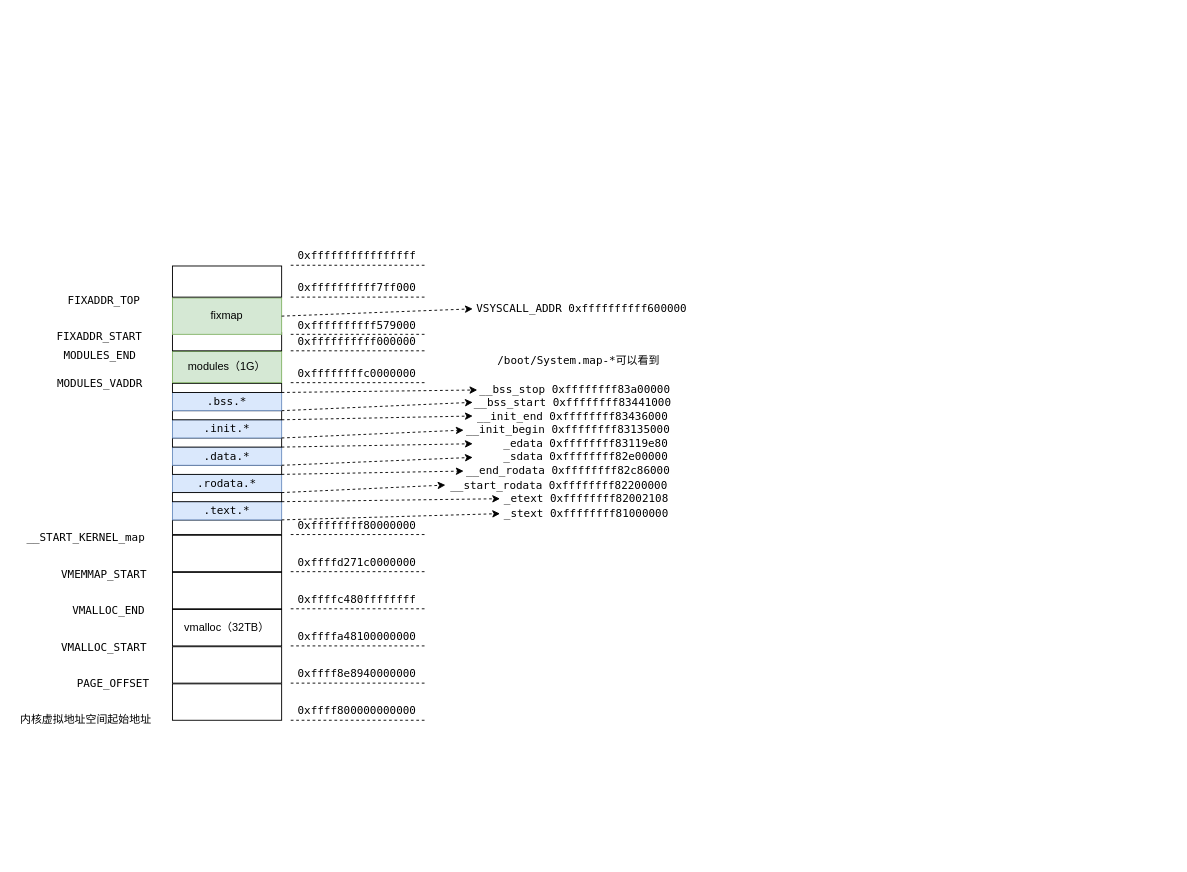
Earlier version of the draw.io diagram mm.drawio (Richard-Joe/draw-io). Source tidied: cells renumbered, new cells numbered last; positions are measured from the earlier drawing's top-left corner, leaving out a move shared by most shapes. Both pictures are drawn from the tidied source at 91%, with x=0, y=0 at pixel (17, 247).
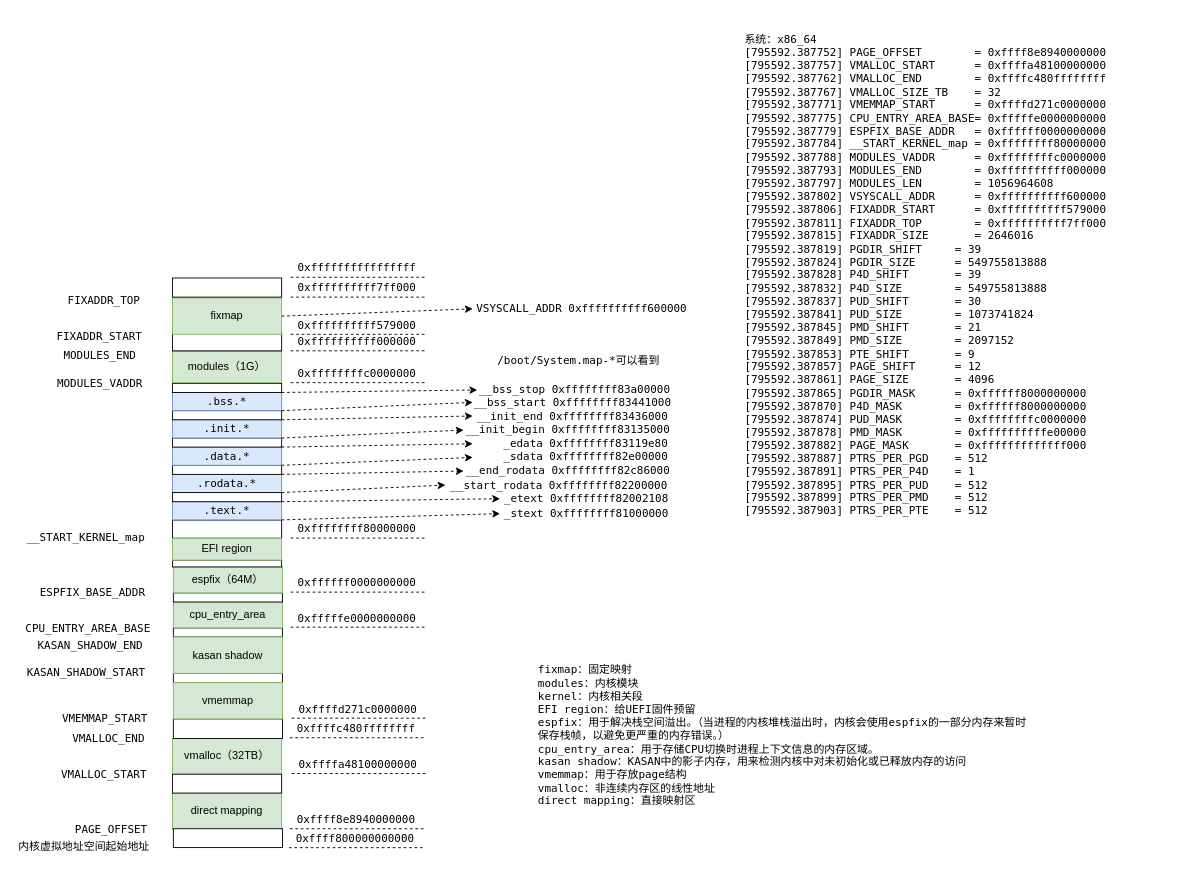
The same page after the edit.

Change to the diagram source:
```diff
@@
-    <mxCell id="2" style="rounded=0;whiteSpace=wrap;html=1;" parent="1" vertex="1">
-      <mxGeometry x="170" y="480" width="120" height="40" as="geometry" />
+    <mxCell id="2" value="direct mapping" style="rounded=0;whiteSpace=wrap;html=1;fillColor=#d5e8d4;strokeColor=#82b366;" parent="1" vertex="1">
+      <mxGeometry x="170" y="600" width="120" height="40" as="geometry" />
     </mxCell>
     <mxCell id="3" style="endArrow=none;dashed=1;html=1;rounded=0;" parent="1" edge="1">
       <mxGeometry relative="1" as="geometry">
-        <mxPoint x="300" y="520" as="sourcePoint" />
-        <mxPoint x="450" y="520" as="targetPoint" />
+        <mxPoint x="298" y="660" as="sourcePoint" />
+        <mxPoint x="448" y="660" as="targetPoint" />
       </mxGeometry>
     </mxCell>
     <mxCell id="4" value="0xffff800000000000" style="text;html=1;strokeColor=none;fillColor=none;align=center;verticalAlign=middle;whiteSpace=wrap;rounded=0;fontFamily=Lucida Console;" parent="1" vertex="1">
-      <mxGeometry x="300" y="500" width="146" height="20" as="geometry" />
+      <mxGeometry x="298" y="640" width="146" height="20" as="geometry" />
     </mxCell>
     <mxCell id="5" style="rounded=0;whiteSpace=wrap;html=1;" parent="1" vertex="1">
-      <mxGeometry x="170" y="439.2" width="120" height="40" as="geometry" />
+      <mxGeometry x="170" y="579.3" width="120" height="20.7" as="geometry" />
     </mxCell>
     <mxCell id="6" style="endArrow=none;dashed=1;html=1;rounded=0;" parent="1" edge="1">
       <mxGeometry relative="1" as="geometry">
-        <mxPoint x="300" y="479.2" as="sourcePoint" />
-        <mxPoint x="450" y="479.2" as="targetPoint" />
+        <mxPoint x="299" y="639.2" as="sourcePoint" />
+        <mxPoint x="449" y="639.2" as="targetPoint" />
       </mxGeometry>
     </mxCell>
     <mxCell id="7" value="0xffff8e8940000000" style="text;html=1;strokeColor=none;fillColor=none;align=center;verticalAlign=middle;whiteSpace=wrap;rounded=0;fontFamily=Lucida Console;" parent="1" vertex="1">
-      <mxGeometry x="300" y="459.2" width="146" height="20" as="geometry" />
+      <mxGeometry x="299" y="619.2" width="146" height="20" as="geometry" />
     </mxCell>
     <mxCell id="8" value="PAGE_OFFSET" style="text;html=1;strokeColor=none;fillColor=none;align=center;verticalAlign=middle;whiteSpace=wrap;rounded=0;fontFamily=Lucida Console;" parent="1" vertex="1">
-      <mxGeometry x="60" y="470" width="90" height="19.2" as="geometry" />
+      <mxGeometry x="57.5" y="630" width="90" height="19.2" as="geometry" />
     </mxCell>
     <mxCell id="9" value="内核虚拟地址空间起始地址" style="text;html=1;strokeColor=none;fillColor=none;align=center;verticalAlign=middle;whiteSpace=wrap;rounded=0;fontFamily=Lucida Console;" parent="1" vertex="1">
-      <mxGeometry y="510" width="150" height="20" as="geometry" />
+      <mxGeometry x="-2.5" y="649.2" width="150" height="20" as="geometry" />
     </mxCell>
-    <mxCell id="10" value="vmalloc（32TB）" style="rounded=0;whiteSpace=wrap;html=1;" parent="1" vertex="1">
-      <mxGeometry x="170" y="398.3" width="120" height="40" as="geometry" />
+    <mxCell id="10" value="vmalloc（32TB）" style="rounded=0;whiteSpace=wrap;html=1;fillColor=#d5e8d4;strokeColor=#82b366;" parent="1" vertex="1">
+      <mxGeometry x="170" y="540" width="120" height="38.5" as="geometry" />
     </mxCell>
     <mxCell id="11" style="endArrow=none;dashed=1;html=1;rounded=0;" parent="1" edge="1">
       <mxGeometry relative="1" as="geometry">
-        <mxPoint x="300" y="438.3" as="sourcePoint" />
-        <mxPoint x="450" y="438.3" as="targetPoint" />
+        <mxPoint x="301" y="578.5" as="sourcePoint" />
+        <mxPoint x="451" y="578.5" as="targetPoint" />
       </mxGeometry>
     </mxCell>
     <mxCell id="12" value="0xffffa48100000000" style="text;html=1;strokeColor=none;fillColor=none;align=center;verticalAlign=middle;whiteSpace=wrap;rounded=0;fontFamily=Lucida Console;" parent="1" vertex="1">
-      <mxGeometry x="300" y="418.3" width="146" height="20" as="geometry" />
+      <mxGeometry x="301" y="558.5" width="146" height="20" as="geometry" />
     </mxCell>
     <mxCell id="13" value="VMALLOC_START" style="text;html=1;strokeColor=none;fillColor=none;align=center;verticalAlign=middle;whiteSpace=wrap;rounded=0;fontFamily=Lucida Console;" parent="1" vertex="1">
-      <mxGeometry x="50" y="430" width="90" height="19.2" as="geometry" />
+      <mxGeometry x="50" y="570.8" width="90" height="19.2" as="geometry" />
     </mxCell>
     <mxCell id="14" value="VMALLOC_END" style="text;html=1;strokeColor=none;fillColor=none;align=center;verticalAlign=middle;whiteSpace=wrap;rounded=0;fontFamily=Lucida Console;" parent="1" vertex="1">
-      <mxGeometry x="60" y="390" width="80" height="19.2" as="geometry" />
+      <mxGeometry x="60" y="530" width="80" height="19.2" as="geometry" />
     </mxCell>
-    <mxCell id="15" style="rounded=0;whiteSpace=wrap;html=1;" parent="1" vertex="1">
-      <mxGeometry x="170" y="357.5" width="120" height="40" as="geometry" />
-    </mxCell>
     <mxCell id="16" style="endArrow=none;dashed=1;html=1;rounded=0;" parent="1" edge="1">
       <mxGeometry relative="1" as="geometry">
-        <mxPoint x="300" y="397.5" as="sourcePoint" />
-        <mxPoint x="450" y="397.5" as="targetPoint" />
+        <mxPoint x="299" y="539.2" as="sourcePoint" />
+        <mxPoint x="449" y="539.2" as="targetPoint" />
       </mxGeometry>
     </mxCell>
     <mxCell id="17" value="0xffffc480ffffffff" style="text;html=1;strokeColor=none;fillColor=none;align=center;verticalAlign=middle;whiteSpace=wrap;rounded=0;fontFamily=Lucida Console;" parent="1" vertex="1">
-      <mxGeometry x="300" y="377.5" width="146" height="20" as="geometry" />
+      <mxGeometry x="299" y="519.2" width="146" height="20" as="geometry" />
     </mxCell>
-    <mxCell id="18" style="rounded=0;whiteSpace=wrap;html=1;" parent="1" vertex="1">
-      <mxGeometry x="170" y="316.7" width="120" height="40" as="geometry" />
-    </mxCell>
-    <mxCell id="19" style="endArrow=none;dashed=1;html=1;rounded=0;" parent="1" edge="1">
-      <mxGeometry relative="1" as="geometry">
-        <mxPoint x="300" y="356.7" as="sourcePoint" />
-        <mxPoint x="450" y="356.7" as="targetPoint" />
-      </mxGeometry>
-    </mxCell>
-    <mxCell id="20" value="0xffffd271c0000000" style="text;html=1;strokeColor=none;fillColor=none;align=center;verticalAlign=middle;whiteSpace=wrap;rounded=0;fontFamily=Lucida Console;" parent="1" vertex="1">
-      <mxGeometry x="300" y="336.7" width="146" height="20" as="geometry" />
-    </mxCell>
-    <mxCell id="21" value="VMEMMAP_START" style="text;html=1;strokeColor=none;fillColor=none;align=center;verticalAlign=middle;whiteSpace=wrap;rounded=0;fontFamily=Lucida Console;" parent="1" vertex="1">
-      <mxGeometry x="50" y="350" width="90" height="19.2" as="geometry" />
-    </mxCell>
     <mxCell id="22" style="rounded=0;whiteSpace=wrap;html=1;" parent="1" vertex="1">
-      <mxGeometry x="170" y="300" width="120" height="15.8" as="geometry" />
+      <mxGeometry x="170" y="300" width="120" height="20" as="geometry" />
     </mxCell>
-    <mxCell id="23" style="endArrow=none;dashed=1;html=1;rounded=0;" parent="1" edge="1">
-      <mxGeometry relative="1" as="geometry">
-        <mxPoint x="300" y="315.9" as="sourcePoint" />
-        <mxPoint x="450" y="315.9" as="targetPoint" />
-      </mxGeometry>
-    </mxCell>
-    <mxCell id="24" value="0xffffffff80000000" style="text;html=1;strokeColor=none;fillColor=none;align=center;verticalAlign=middle;whiteSpace=wrap;rounded=0;fontFamily=Lucida Console;" parent="1" vertex="1">
-      <mxGeometry x="300" y="295.9" width="146" height="20" as="geometry" />
-    </mxCell>
@@
     <mxCell id="26" style="group;" parent="1" vertex="1">
-      <mxGeometry x="170" y="54" width="570" height="320" as="geometry" />
+      <mxGeometry x="170" y="54" width="640" height="420" as="geometry" />
     </mxCell>
@@
     <mxCell id="48" style="rounded=0;whiteSpace=wrap;html=1;" parent="26" vertex="1">
-      <mxGeometry y="-33.2" width="120" height="34.2" as="geometry" />
+      <mxGeometry y="-20" width="120" height="21" as="geometry" />
     </mxCell>
-    <mxCell id="49" style="endArrow=none;dashed=1;html=1;rounded=0;" parent="26" edge="1">
-      <mxGeometry relative="1" as="geometry">
-        <mxPoint x="130" y="-34" as="sourcePoint" />
-        <mxPoint x="280" y="-34" as="targetPoint" />
-      </mxGeometry>
-    </mxCell>
-    <mxCell id="50" value="0xffffffffffffffff" style="text;html=1;strokeColor=none;fillColor=none;align=center;verticalAlign=middle;whiteSpace=wrap;rounded=0;fontFamily=Lucida Console;" parent="26" vertex="1">
-      <mxGeometry x="130" y="-54" width="146" height="20" as="geometry" />
-    </mxCell>
@@
+    <mxCell id="79" style="rounded=0;whiteSpace=wrap;html=1;" parent="26" vertex="1">
+      <mxGeometry x="1" y="364.5" width="120" height="10" as="geometry" />
+    </mxCell>
+    <mxCell id="80" value="cpu_entry_area" style="rounded=0;whiteSpace=wrap;html=1;fillColor=#d5e8d4;strokeColor=#82b366;" parent="26" vertex="1">
+      <mxGeometry x="1" y="336" width="120" height="28.5" as="geometry" />
+    </mxCell>
+    <mxCell id="81" style="endArrow=none;dashed=1;html=1;rounded=0;" parent="26" edge="1">
+      <mxGeometry relative="1" as="geometry">
+        <mxPoint x="130" y="363.7" as="sourcePoint" />
+        <mxPoint x="280" y="363.7" as="targetPoint" />
+      </mxGeometry>
+    </mxCell>
+    <mxCell id="82" value="0xfffffe0000000000" style="text;html=1;strokeColor=none;fillColor=none;align=center;verticalAlign=middle;whiteSpace=wrap;rounded=0;fontFamily=Lucida Console;" parent="26" vertex="1">
+      <mxGeometry x="130" y="343.7" width="146" height="20" as="geometry" />
+    </mxCell>
+    <mxCell id="83" style="rounded=0;whiteSpace=wrap;html=1;" parent="26" vertex="1">
+      <mxGeometry x="1" y="326" width="120" height="10" as="geometry" />
+    </mxCell>
+    <mxCell id="84" value="espfix（64M）" style="rounded=0;whiteSpace=wrap;html=1;fillColor=#d5e8d4;strokeColor=#82b366;" parent="26" vertex="1">
+      <mxGeometry x="1" y="297.5" width="120" height="28.5" as="geometry" />
+    </mxCell>
+    <mxCell id="85" style="endArrow=none;dashed=1;html=1;rounded=0;" parent="26" edge="1">
+      <mxGeometry relative="1" as="geometry">
+        <mxPoint x="130" y="325.2" as="sourcePoint" />
+        <mxPoint x="280" y="325.2" as="targetPoint" />
+      </mxGeometry>
+    </mxCell>
+    <mxCell id="86" value="0xffffff0000000000" style="text;html=1;strokeColor=none;fillColor=none;align=center;verticalAlign=middle;whiteSpace=wrap;rounded=0;fontFamily=Lucida Console;" parent="26" vertex="1">
+      <mxGeometry x="130" y="305.2" width="146" height="20" as="geometry" />
+    </mxCell>
+    <mxCell id="87" value="ESPFIX_BASE_ADDR" style="text;html=1;strokeColor=none;fillColor=none;align=center;verticalAlign=middle;whiteSpace=wrap;rounded=0;fontFamily=Lucida Console;" parent="26" vertex="1">
+      <mxGeometry x="-150" y="316.8" width="125" height="19.2" as="geometry" />
+    </mxCell>
+    <mxCell id="88" style="rounded=0;whiteSpace=wrap;html=1;" parent="26" vertex="1">
+      <mxGeometry y="290" width="120" height="7.5" as="geometry" />
+    </mxCell>
+    <mxCell id="23" style="endArrow=none;dashed=1;html=1;rounded=0;" parent="26" edge="1">
+      <mxGeometry relative="1" as="geometry">
+        <mxPoint x="130" y="265.8" as="sourcePoint" />
+        <mxPoint x="280" y="265.8" as="targetPoint" />
+      </mxGeometry>
+    </mxCell>
+    <mxCell id="24" value="0xffffffff80000000" style="text;html=1;strokeColor=none;fillColor=none;align=center;verticalAlign=middle;whiteSpace=wrap;rounded=0;fontFamily=Lucida Console;" parent="26" vertex="1">
+      <mxGeometry x="130" y="245.8" width="146" height="20" as="geometry" />
+    </mxCell>
+    <mxCell id="89" value="EFI region" style="rounded=0;whiteSpace=wrap;html=1;fillColor=#d5e8d4;strokeColor=#82b366;" parent="26" vertex="1">
+      <mxGeometry y="266" width="120" height="24" as="geometry" />
+    </mxCell>
@@
+    <mxCell id="49" style="endArrow=none;dashed=1;html=1;rounded=0;" parent="1" edge="1">
+      <mxGeometry relative="1" as="geometry">
+        <mxPoint x="300" y="33.2" as="sourcePoint" />
+        <mxPoint x="450" y="33.2" as="targetPoint" />
+      </mxGeometry>
+    </mxCell>
+    <mxCell id="50" value="0xffffffffffffffff" style="text;html=1;strokeColor=none;fillColor=none;align=center;verticalAlign=middle;whiteSpace=wrap;rounded=0;fontFamily=Lucida Console;" parent="1" vertex="1">
+      <mxGeometry x="300" y="13.2" width="146" height="20" as="geometry" />
+    </mxCell>
+    <mxCell id="90" style="rounded=0;whiteSpace=wrap;html=1;" parent="1" vertex="1">
+      <mxGeometry x="171" y="468.5" width="120" height="10" as="geometry" />
+    </mxCell>
+    <mxCell id="21" value="KASAN_SHADOW_START" style="text;html=1;strokeColor=none;fillColor=none;align=center;verticalAlign=middle;whiteSpace=wrap;rounded=0;fontFamily=Lucida Console;" parent="1" vertex="1">
+      <mxGeometry x="10" y="458.5" width="131" height="19.2" as="geometry" />
+    </mxCell>
+    <mxCell id="15" value="kasan shadow" style="rounded=0;whiteSpace=wrap;html=1;fillColor=#d5e8d4;strokeColor=#82b366;" parent="1" vertex="1">
+      <mxGeometry x="171" y="428.5" width="120" height="40" as="geometry" />
+    </mxCell>
+    <mxCell id="91" value="CPU_ENTRY_AREA_BASE" style="text;html=1;strokeColor=none;fillColor=none;align=center;verticalAlign=middle;whiteSpace=wrap;rounded=0;fontFamily=Lucida Console;" parent="1" vertex="1">
+      <mxGeometry x="10" y="409.3" width="135" height="19.2" as="geometry" />
+    </mxCell>
+    <mxCell id="92" style="rounded=0;whiteSpace=wrap;html=1;" parent="1" vertex="1">
+      <mxGeometry x="171" y="518.5" width="120" height="21.5" as="geometry" />
+    </mxCell>
+    <mxCell id="93" value="VMEMMAP_START" style="text;html=1;strokeColor=none;fillColor=none;align=center;verticalAlign=middle;whiteSpace=wrap;rounded=0;fontFamily=Lucida Console;" parent="1" vertex="1">
+      <mxGeometry x="51" y="508.5" width="90" height="19.2" as="geometry" />
+    </mxCell>
+    <mxCell id="94" value="vmemmap" style="rounded=0;whiteSpace=wrap;html=1;fillColor=#d5e8d4;strokeColor=#82b366;" parent="1" vertex="1">
+      <mxGeometry x="171" y="478.5" width="120" height="40" as="geometry" />
+    </mxCell>
+    <mxCell id="95" style="endArrow=none;dashed=1;html=1;rounded=0;" parent="1" edge="1">
+      <mxGeometry relative="1" as="geometry">
+        <mxPoint x="301" y="517.7" as="sourcePoint" />
+        <mxPoint x="451" y="517.7" as="targetPoint" />
+      </mxGeometry>
+    </mxCell>
+    <mxCell id="20" value="0xffffd271c0000000" style="text;html=1;strokeColor=none;fillColor=none;align=center;verticalAlign=middle;whiteSpace=wrap;rounded=0;fontFamily=Lucida Console;" parent="1" vertex="1">
+      <mxGeometry x="301" y="497.7" width="146" height="20" as="geometry" />
+    </mxCell>
+    <mxCell id="96" value="KASAN_SHADOW_END" style="text;html=1;strokeColor=none;fillColor=none;align=center;verticalAlign=middle;whiteSpace=wrap;rounded=0;fontFamily=Lucida Console;" parent="1" vertex="1">
+      <mxGeometry x="20" y="428.5" width="120" height="19.2" as="geometry" />
+    </mxCell>
+    <mxCell id="97" style="rounded=0;whiteSpace=wrap;html=1;" parent="1" vertex="1">
+      <mxGeometry x="171" y="639.2" width="120" height="20.7" as="geometry" />
+    </mxCell>
+    <mxCell id="98" value="&lt;div&gt;系统：x86_64&lt;/div&gt;&lt;div&gt;[795592.387752] PAGE_OFFSET&amp;nbsp; &amp;nbsp; &amp;nbsp; &amp;nbsp; = 0xffff8e8940000000&lt;/div&gt;&lt;div&gt;[795592.387757] VMALLOC_START&amp;nbsp; &amp;nbsp; &amp;nbsp; = 0xffffa48100000000&lt;/div&gt;&lt;div&gt;[795592.387762] VMALLOC_END&amp;nbsp; &amp;nbsp; &amp;nbsp; &amp;nbsp; = 0xffffc480ffffffff&lt;/div&gt;&lt;div&gt;[795592.387767] VMALLOC_SIZE_TB&amp;nbsp; &amp;nbsp; = 32&lt;/div&gt;&lt;div&gt;[795592.387771] VMEMMAP_START&amp;nbsp; &amp;nbsp; &amp;nbsp; = 0xffffd271c0000000&lt;/div&gt;&lt;div&gt;[795592.387775] CPU_ENTRY_AREA_BASE= 0xfffffe0000000000&lt;/div&gt;&lt;div&gt;[795592.387779] ESPFIX_BASE_ADDR&amp;nbsp; &amp;nbsp;= 0xffffff0000000000&lt;/div&gt;&lt;div&gt;[795592.387784] __START_KERNEL_map = 0xffffffff80000000&lt;/div&gt;&lt;div&gt;[795592.387788] MODULES_VADDR&amp;nbsp; &amp;nbsp; &amp;nbsp; = 0xffffffffc0000000&lt;/div&gt;&lt;div&gt;[795592.387793] MODULES_END&amp;nbsp; &amp;nbsp; &amp;nbsp; &amp;nbsp; = 0xffffffffff000000&lt;/div&gt;&lt;div&gt;[795592.387797] MODULES_LEN&amp;nbsp; &amp;nbsp; &amp;nbsp; &amp;nbsp; = 1056964608&lt;/div&gt;&lt;div&gt;[795592.387802] VSYSCALL_ADDR&amp;nbsp; &amp;nbsp; &amp;nbsp; = 0xffffffffff600000&lt;/div&gt;&lt;div&gt;[795592.387806] FIXADDR_START&amp;nbsp; &amp;nbsp; &amp;nbsp; = 0xffffffffff579000&lt;/div&gt;&lt;div&gt;[795592.387811] FIXADDR_TOP&amp;nbsp; &amp;nbsp; &amp;nbsp; &amp;nbsp; = 0xffffffffff7ff000&lt;/div&gt;&lt;div&gt;[795592.387815] FIXADDR_SIZE&amp;nbsp; &amp;nbsp; &amp;nbsp; &amp;nbsp;= 2646016&lt;/div&gt;&lt;div&gt;[795592.387819] PGDIR_SHIFT&amp;nbsp; &amp;nbsp; &amp;nbsp;= 39&amp;nbsp; &amp;nbsp;&lt;/div&gt;&lt;div&gt;[795592.387824] PGDIR_SIZE&amp;nbsp; &amp;nbsp; &amp;nbsp; = 549755813888&amp;nbsp;&amp;nbsp;&lt;/div&gt;&lt;div&gt;[795592.387828] P4D_SHIFT&amp;nbsp; &amp;nbsp; &amp;nbsp; &amp;nbsp;= 39&amp;nbsp; &amp;nbsp;&lt;/div&gt;&lt;div&gt;[795592.387832] P4D_SIZE&amp;nbsp; &amp;nbsp; &amp;nbsp; &amp;nbsp; = 549755813888&amp;nbsp;&amp;nbsp;&lt;/div&gt;&lt;div&gt;[795592.387837] PUD_SHIFT&amp;nbsp; &amp;nbsp; &amp;nbsp; &amp;nbsp;= 30&amp;nbsp; &amp;nbsp;&lt;/div&gt;&lt;div&gt;[795592.387841] PUD_SIZE&amp;nbsp; &amp;nbsp; &amp;nbsp; &amp;nbsp; = 1073741824&amp;nbsp;&amp;nbsp;&lt;/div&gt;&lt;div&gt;[795592.387845] PMD_SHIFT&amp;nbsp; &amp;nbsp; &amp;nbsp; &amp;nbsp;= 21&amp;nbsp; &amp;nbsp;&lt;/div&gt;&lt;div&gt;[795592.387849] PMD_SIZE&amp;nbsp; &amp;nbsp; &amp;nbsp; &amp;nbsp; = 2097152&amp;nbsp;&amp;nbsp;&lt;/div&gt;&lt;div&gt;[795592.387853] PTE_SHIFT&amp;nbsp; &amp;nbsp; &amp;nbsp; &amp;nbsp;= 9&amp;nbsp; &amp;nbsp;&lt;/div&gt;&lt;div&gt;[795592.387857] PAGE_SHIFT&amp;nbsp; &amp;nbsp; &amp;nbsp; = 12&amp;nbsp; &amp;nbsp;&lt;/div&gt;&lt;div&gt;[795592.387861] PAGE_SIZE&amp;nbsp; &amp;nbsp; &amp;nbsp; &amp;nbsp;= 4096&amp;nbsp;&amp;nbsp;&lt;/div&gt;&lt;div&gt;[795592.387865] PGDIR_MASK&amp;nbsp; &amp;nbsp; &amp;nbsp; = 0xffffff8000000000&lt;/div&gt;&lt;div&gt;[795592.387870] P4D_MASK&amp;nbsp; &amp;nbsp; &amp;nbsp; &amp;nbsp; = 0xffffff8000000000&lt;/div&gt;&lt;div&gt;[795592.387874] PUD_MASK&amp;nbsp; &amp;nbsp; &amp;nbsp; &amp;nbsp; = 0xffffffffc0000000&lt;/div&gt;&lt;div&gt;[795592.387878] PMD_MASK&amp;nbsp; &amp;nbsp; &amp;nbsp; &amp;nbsp; = 0xffffffffffe00000&lt;/div&gt;&lt;div&gt;[795592.387882] PAGE_MASK&amp;nbsp; &amp;nbsp; &amp;nbsp; &amp;nbsp;= 0xfffffffffffff000&lt;/div&gt;&lt;div&gt;[795592.387887] PTRS_PER_PGD&amp;nbsp; &amp;nbsp; = 512&amp;nbsp; &amp;nbsp;&lt;/div&gt;&lt;div&gt;[795592.387891] PTRS_PER_P4D&amp;nbsp; &amp;nbsp; = 1&amp;nbsp; &amp;nbsp;&lt;/div&gt;&lt;div&gt;[795592.387895] PTRS_PER_PUD&amp;nbsp; &amp;nbsp; = 512&amp;nbsp; &amp;nbsp;&lt;/div&gt;&lt;div&gt;[795592.387899] PTRS_PER_PMD&amp;nbsp; &amp;nbsp; = 512&amp;nbsp; &amp;nbsp;&lt;/div&gt;&lt;div style=&quot;&quot;&gt;[795592.387903] PTRS_PER_PTE&amp;nbsp; &amp;nbsp; = 512&lt;/div&gt;" style="text;html=1;strokeColor=none;fillColor=none;align=left;verticalAlign=middle;whiteSpace=wrap;rounded=0;fontFamily=Lucida Console;" parent="1" vertex="1">
+      <mxGeometry x="797" y="-254.1" width="470" height="570" as="geometry" />
+    </mxCell>
+    <mxCell id="99" value="fixmap：固定映射&lt;br&gt;modules：内核模块&lt;br&gt;kernel：内核相关段&lt;br&gt;EFI region：给UEFI固件预留&lt;br&gt;espfix：用于解决栈空间溢出。（当进程的内核堆栈溢出时，内核会使用espfix的一部分内存来暂时保存栈帧，以避免更严重的内存错误。）&lt;br&gt;cpu_entry_area：用于存储CPU切换时进程上下文信息的内存区域。&lt;br&gt;kasan shadow：KASAN中的影子内存，用来检测内核中对未初始化或已释放内存的访问&lt;br&gt;vmemmap：用于存放page结构&lt;br&gt;vmalloc：非连续内存区的线性地址&lt;br&gt;direct mapping：直接映射区" style="text;html=1;strokeColor=none;fillColor=none;align=left;verticalAlign=middle;whiteSpace=wrap;rounded=0;fontFamily=Lucida Console;" parent="1" vertex="1">
+      <mxGeometry x="570" y="454.5" width="540" height="165.5" as="geometry" />
+    </mxCell>
```
